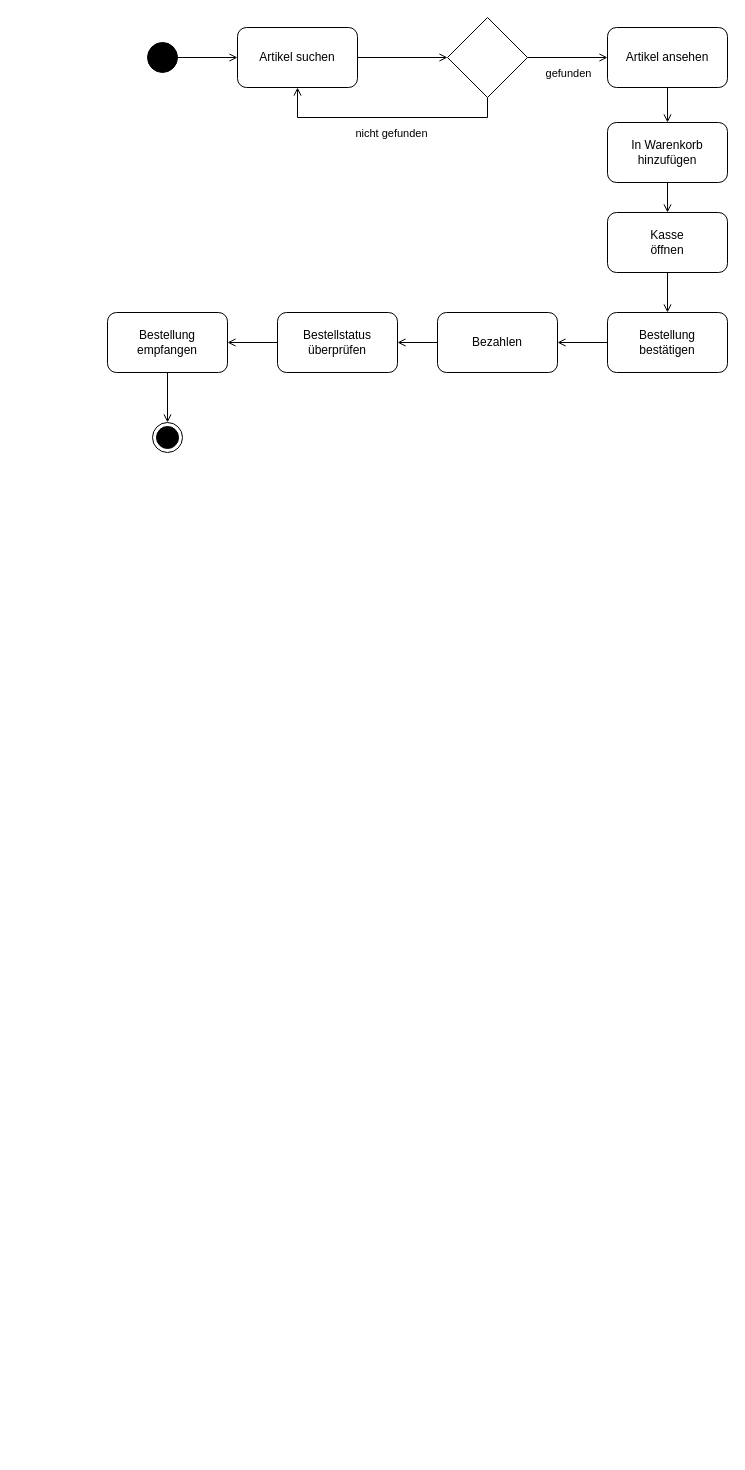
This is Aufnahme.drawio from therealfilko/uml, a draw.io file, before an edit. Source tidied: cells renumbered, new cells numbered last; positions are measured from the earlier drawing's top-left corner, leaving out a move shared by most shapes. Both pictures are drawn from the tidied source at 100%, with x=0, y=0 at pixel (107, 17).
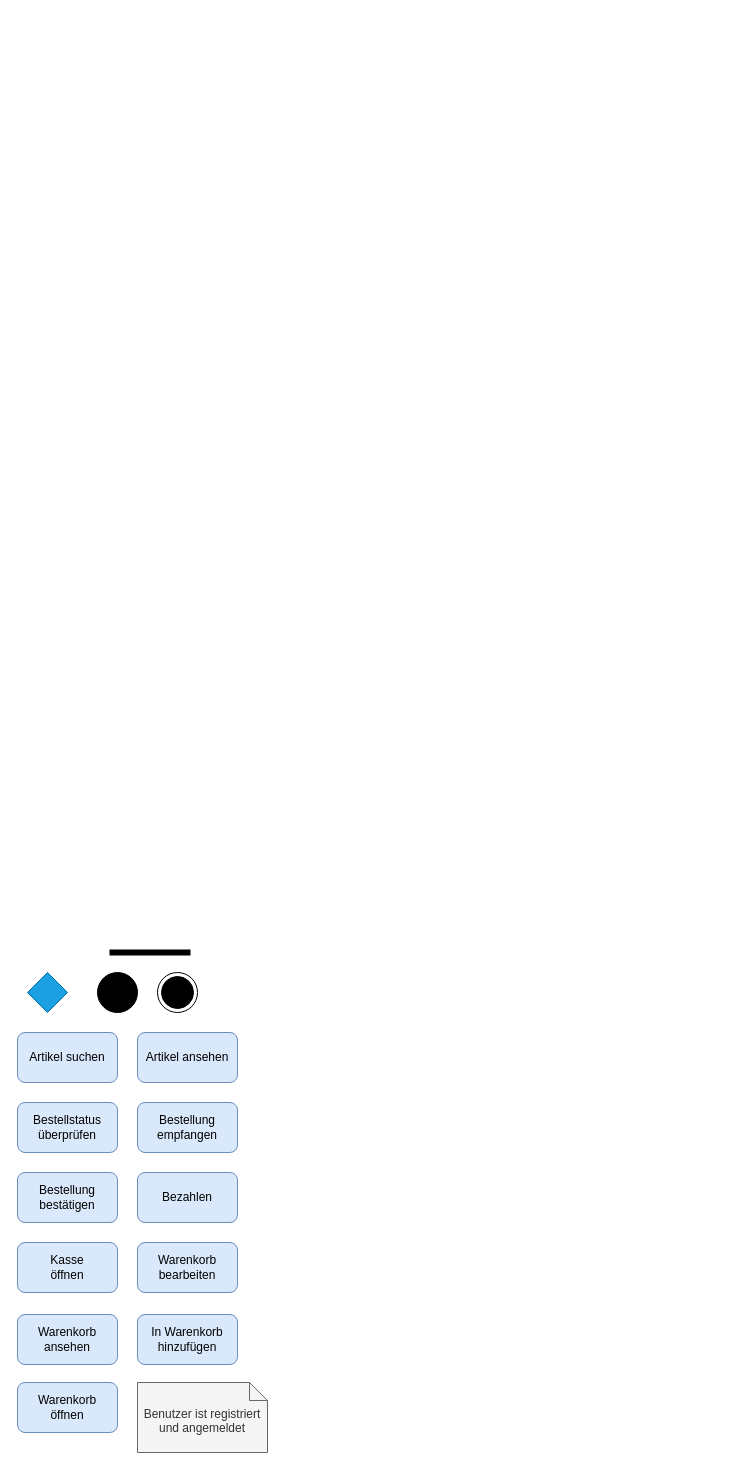
The same diagram, later.

Change to the diagram source:
```diff
@@
-    <mxCell id="2" style="edgeStyle=orthogonalEdgeStyle;rounded=0;jettySize=auto;html=1;exitX=1;exitY=0.5;exitDx=0;exitDy=0;entryX=0;entryY=0.5;entryDx=0;entryDy=0;endArrow=open;endFill=0;" parent="1" edge="1" source="3" target="5">
-      <mxGeometry relative="1" as="geometry" />
-    </mxCell>
-    <mxCell id="3" style="ellipse;fillColor=strokeColor;" parent="1" vertex="1">
-      <mxGeometry x="40" y="25" width="30" height="30" as="geometry" />
-    </mxCell>
-    <mxCell id="4" style="edgeStyle=orthogonalEdgeStyle;rounded=0;jettySize=auto;html=1;exitX=1;exitY=0.5;exitDx=0;exitDy=0;entryX=0;entryY=0.5;entryDx=0;entryDy=0;endArrow=open;endFill=0;" parent="1" edge="1" source="5" target="10">
-      <mxGeometry relative="1" as="geometry" />
-    </mxCell>
+    <mxCell id="26" style="ellipse;fillColor=strokeColor;" parent="1" vertex="1">
+      <mxGeometry x="-10" y="955" width="40" height="40" as="geometry" />
+    </mxCell>
-    <mxCell id="5" value="Artikel suchen" style="rounded=1;whiteSpace=wrap;html=1;" parent="1" vertex="1">
-      <mxGeometry x="130" y="10" width="120" height="60" as="geometry" />
+    <mxCell id="5" value="Artikel suchen" style="rounded=1;whiteSpace=wrap;html=1;fillColor=#dae8fc;strokeColor=#6c8ebf;" parent="1" vertex="1">
+      <mxGeometry x="-90" y="1015" width="100" height="50" as="geometry" />
     </mxCell>
-    <mxCell id="6" style="edgeStyle=orthogonalEdgeStyle;rounded=0;jettySize=auto;html=1;exitX=1;exitY=0.5;exitDx=0;exitDy=0;entryX=0;entryY=0.5;entryDx=0;entryDy=0;endArrow=open;endFill=0;" parent="1" edge="1" source="10" target="12">
-      <mxGeometry relative="1" as="geometry" />
-    </mxCell>
-    <mxCell id="7" value="gefunden" style="edgeLabel;html=1;align=center;verticalAlign=middle;" parent="6" vertex="1">
-      <mxGeometry x="-0.19" y="2" relative="1" as="geometry">
-        <mxPoint x="8" y="17" as="offset" />
-      </mxGeometry>
-    </mxCell>
-    <mxCell id="8" style="edgeStyle=orthogonalEdgeStyle;rounded=0;jettySize=auto;html=1;exitX=0.5;exitY=1;exitDx=0;exitDy=0;entryX=0.5;entryY=1;entryDx=0;entryDy=0;endArrow=open;endFill=0;" parent="1" edge="1" source="10" target="5">
-      <mxGeometry relative="1" as="geometry" />
-    </mxCell>
-    <mxCell id="9" value="nicht gefunden" style="edgeLabel;html=1;align=center;verticalAlign=middle;" parent="8" vertex="1">
-      <mxGeometry x="-0.14" y="-2" relative="1" as="geometry">
-        <mxPoint x="-14" y="17" as="offset" />
-      </mxGeometry>
-    </mxCell>
-    <mxCell id="10" style="rhombus;whiteSpace=wrap;html=1;" parent="1" vertex="1">
-      <mxGeometry x="340" width="80" height="80" as="geometry" />
-    </mxCell>
-    <mxCell id="11" style="edgeStyle=orthogonalEdgeStyle;rounded=0;jettySize=auto;html=1;exitX=0.5;exitY=1;exitDx=0;exitDy=0;entryX=0.5;entryY=0;entryDx=0;entryDy=0;endArrow=open;endFill=0;" parent="1" edge="1" source="12" target="14">
-      <mxGeometry relative="1" as="geometry" />
-    </mxCell>
+    <mxCell id="27" style="rhombus;whiteSpace=wrap;html=1;fillColor=#1ba1e2;fontColor=#ffffff;strokeColor=#006EAF;" parent="1" vertex="1">
+      <mxGeometry x="-80" y="955" width="40" height="40" as="geometry" />
+    </mxCell>
-    <mxCell id="12" value="Artikel ansehen" style="rounded=1;whiteSpace=wrap;html=1;" parent="1" vertex="1">
-      <mxGeometry x="500" y="10" width="120" height="60" as="geometry" />
+    <mxCell id="12" value="Artikel ansehen" style="rounded=1;whiteSpace=wrap;html=1;fillColor=#dae8fc;strokeColor=#6c8ebf;" parent="1" vertex="1">
+      <mxGeometry x="30" y="1015" width="100" height="50" as="geometry" />
     </mxCell>
-    <mxCell id="13" style="edgeStyle=orthogonalEdgeStyle;rounded=0;jettySize=auto;html=1;exitX=0.5;exitY=1;exitDx=0;exitDy=0;entryX=0.5;entryY=0;entryDx=0;entryDy=0;endArrow=open;endFill=0;" parent="1" edge="1" source="14" target="16">
-      <mxGeometry relative="1" as="geometry" />
-    </mxCell>
+    <mxCell id="28" value="Warenkorb&lt;br&gt;öffnen" style="rounded=1;whiteSpace=wrap;html=1;fillColor=#dae8fc;strokeColor=#6c8ebf;" parent="1" vertex="1">
+      <mxGeometry x="-90" y="1365" width="100" height="50" as="geometry" />
+    </mxCell>
+    <mxCell id="18" value="Bestellung&lt;br&gt;bestätigen" style="rounded=1;whiteSpace=wrap;html=1;fillColor=#dae8fc;strokeColor=#6c8ebf;" parent="1" vertex="1">
+      <mxGeometry x="-90" y="1155" width="100" height="50" as="geometry" />
+    </mxCell>
+    <mxCell id="20" value="Bezahlen" style="rounded=1;whiteSpace=wrap;html=1;fillColor=#dae8fc;strokeColor=#6c8ebf;" parent="1" vertex="1">
+      <mxGeometry x="30" y="1155" width="100" height="50" as="geometry" />
+    </mxCell>
+    <mxCell id="22" value="Bestellstatus&lt;br&gt;überprüfen" style="rounded=1;whiteSpace=wrap;html=1;fillColor=#dae8fc;strokeColor=#6c8ebf;" parent="1" vertex="1">
+      <mxGeometry x="-90" y="1085" width="100" height="50" as="geometry" />
+    </mxCell>
+    <mxCell id="24" value="Bestellung&lt;br&gt;empfangen" style="rounded=1;whiteSpace=wrap;html=1;fillColor=#dae8fc;strokeColor=#6c8ebf;" parent="1" vertex="1">
+      <mxGeometry x="30" y="1085" width="100" height="50" as="geometry" />
+    </mxCell>
+    <mxCell id="29" style="ellipse;html=1;shape=endState;fillColor=strokeColor;" parent="1" vertex="1">
+      <mxGeometry x="50" y="955" width="40" height="40" as="geometry" />
+    </mxCell>
+    <mxCell id="16" value="Kasse&lt;br&gt;öffnen" style="rounded=1;whiteSpace=wrap;html=1;fillColor=#dae8fc;strokeColor=#6c8ebf;" parent="1" vertex="1">
+      <mxGeometry x="-90" y="1225" width="100" height="50" as="geometry" />
+    </mxCell>
+    <mxCell id="30" value="Warenkorb&lt;br&gt;ansehen" style="rounded=1;whiteSpace=wrap;html=1;fillColor=#dae8fc;strokeColor=#6c8ebf;" parent="1" vertex="1">
+      <mxGeometry x="-90" y="1297" width="100" height="50" as="geometry" />
+    </mxCell>
+    <mxCell id="31" value="Warenkorb&lt;br&gt;bearbeiten" style="rounded=1;whiteSpace=wrap;html=1;fillColor=#dae8fc;strokeColor=#6c8ebf;" parent="1" vertex="1">
+      <mxGeometry x="30" y="1225" width="100" height="50" as="geometry" />
+    </mxCell>
+    <mxCell id="32" value="Benutzer ist registriert&lt;br&gt;und angemeldet" style="shape=note2;boundedLbl=1;whiteSpace=wrap;html=1;size=18;verticalAlign=top;align=center;fillColor=#f5f5f5;fontColor=#333333;strokeColor=#666666;" parent="1" vertex="1">
+      <mxGeometry x="30" y="1365" width="130" height="70" as="geometry" />
+    </mxCell>
+    <mxCell id="33" style="html=1;perimeter=orthogonalPerimeter;fillColor=strokeColor;rotation=90;" parent="1" vertex="1">
+      <mxGeometry x="40" y="895" width="5" height="80" as="geometry" />
+    </mxCell>
-    <mxCell id="14" value="In Warenkorb hinzufügen" style="rounded=1;whiteSpace=wrap;html=1;" parent="1" vertex="1">
-      <mxGeometry x="500" y="105" width="120" height="60" as="geometry" />
+    <mxCell id="14" value="In Warenkorb&lt;br&gt;hinzufügen" style="rounded=1;whiteSpace=wrap;html=1;fillColor=#dae8fc;strokeColor=#6c8ebf;" parent="1" vertex="1">
+      <mxGeometry x="30" y="1297" width="100" height="50" as="geometry" />
     </mxCell>
-    <mxCell id="15" style="edgeStyle=orthogonalEdgeStyle;rounded=0;jettySize=auto;html=1;exitX=0.5;exitY=1;exitDx=0;exitDy=0;entryX=0.5;entryY=0;entryDx=0;entryDy=0;endArrow=open;endFill=0;" parent="1" edge="1" source="16" target="18">
-      <mxGeometry relative="1" as="geometry" />
-    </mxCell>
-    <mxCell id="16" value="Kasse&lt;br&gt;öffnen" style="rounded=1;whiteSpace=wrap;html=1;" parent="1" vertex="1">
-      <mxGeometry x="500" y="195" width="120" height="60" as="geometry" />
-    </mxCell>
-    <mxCell id="17" style="edgeStyle=orthogonalEdgeStyle;rounded=0;jettySize=auto;html=1;entryX=1;entryY=0.5;entryDx=0;entryDy=0;endArrow=open;endFill=0;" parent="1" edge="1" source="18" target="20">
-      <mxGeometry relative="1" as="geometry" />
-    </mxCell>
-    <mxCell id="18" value="Bestellung&lt;br&gt;bestätigen" style="rounded=1;whiteSpace=wrap;html=1;" parent="1" vertex="1">
-      <mxGeometry x="500" y="295" width="120" height="60" as="geometry" />
-    </mxCell>
-    <mxCell id="19" style="edgeStyle=orthogonalEdgeStyle;rounded=0;jettySize=auto;html=1;exitX=0;exitY=0.5;exitDx=0;exitDy=0;entryX=1;entryY=0.5;entryDx=0;entryDy=0;endArrow=open;endFill=0;" parent="1" edge="1" source="20" target="22">
-      <mxGeometry relative="1" as="geometry" />
-    </mxCell>
-    <mxCell id="20" value="Bezahlen" style="rounded=1;whiteSpace=wrap;html=1;" parent="1" vertex="1">
-      <mxGeometry x="330" y="295" width="120" height="60" as="geometry" />
-    </mxCell>
-    <mxCell id="21" style="edgeStyle=orthogonalEdgeStyle;rounded=0;jettySize=auto;html=1;exitX=0;exitY=0.5;exitDx=0;exitDy=0;entryX=1;entryY=0.5;entryDx=0;entryDy=0;endArrow=open;endFill=0;" parent="1" edge="1" source="22" target="24">
-      <mxGeometry relative="1" as="geometry" />
-    </mxCell>
-    <mxCell id="22" value="Bestellstatus&lt;br&gt;überprüfen" style="rounded=1;whiteSpace=wrap;html=1;" parent="1" vertex="1">
-      <mxGeometry x="170" y="295" width="120" height="60" as="geometry" />
-    </mxCell>
-    <mxCell id="23" style="edgeStyle=orthogonalEdgeStyle;rounded=0;jettySize=auto;html=1;entryX=0.5;entryY=0;entryDx=0;entryDy=0;endArrow=open;endFill=0;" parent="1" edge="1" source="24" target="25">
-      <mxGeometry relative="1" as="geometry" />
-    </mxCell>
-    <mxCell id="24" value="Bestellung&lt;br&gt;empfangen" style="rounded=1;whiteSpace=wrap;html=1;" parent="1" vertex="1">
-      <mxGeometry y="295" width="120" height="60" as="geometry" />
-    </mxCell>
-    <mxCell id="25" style="ellipse;html=1;shape=endState;fillColor=strokeColor;" parent="1" vertex="1">
-      <mxGeometry x="45" y="405" width="30" height="30" as="geometry" />
-    </mxCell>
```
